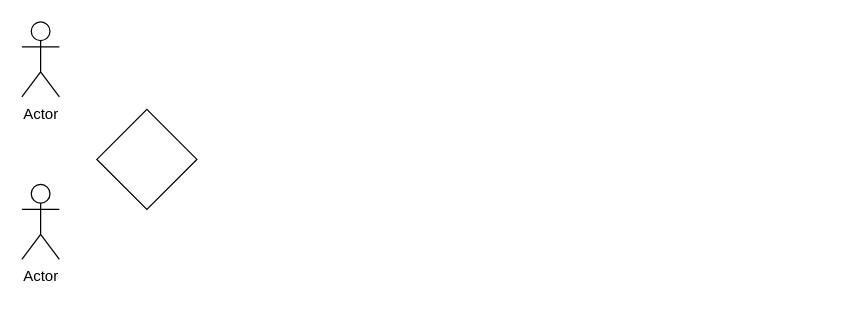
llauna/fincas keeps this draw.io diagram as Menu_Fincas.drawio. Above is the earlier version. Source tidied: cells renumbered, new cells numbered last; positions are measured from the earlier drawing's top-left corner, leaving out a move shared by most shapes. Both pictures are drawn from the tidied source at 125%, with x=0, y=0 at pixel (21, 21).
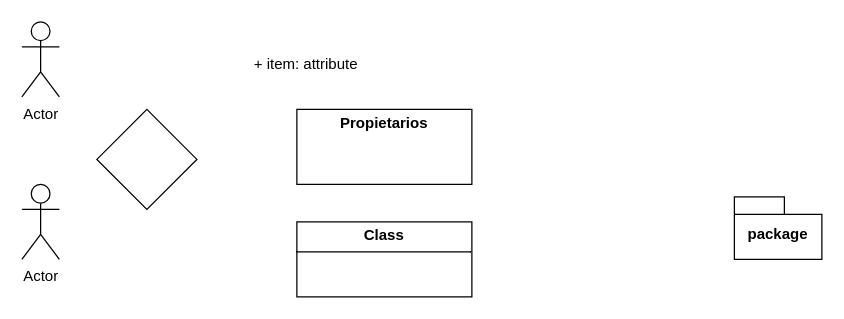
The same page after the edit.

The edit, as a diff of the source:
```diff
@@
 <mxGraphModel>
   <root>
     <mxCell id="0" />
     <mxCell id="1" parent="0" />
     <mxCell id="2" value="Actor" style="shape=umlActor;verticalLabelPosition=bottom;verticalAlign=top;html=1;" parent="1" vertex="1">
       <mxGeometry width="30" height="60" as="geometry" />
     </mxCell>
     <mxCell id="3" value="Actor" style="shape=umlActor;verticalLabelPosition=bottom;verticalAlign=top;html=1;" parent="1" vertex="1">
       <mxGeometry y="130" width="30" height="60" as="geometry" />
     </mxCell>
     <mxCell id="4" style="rhombus;whiteSpace=wrap;html=1;" parent="1" vertex="1">
       <mxGeometry x="60" y="70" width="80" height="80" as="geometry" />
     </mxCell>
+    <mxCell id="5" value="+ item: attribute" style="text;strokeColor=none;fillColor=none;align=left;verticalAlign=top;spacingLeft=4;spacingRight=4;overflow=hidden;whiteSpace=wrap;html=1;" parent="1" vertex="1">
+      <mxGeometry x="180" y="20" width="100" height="26" as="geometry" />
+    </mxCell>
+    <mxCell id="6" value="package" style="shape=folder;fontStyle=1;spacingTop=10;tabWidth=40;tabHeight=14;tabPosition=left;html=1;whiteSpace=wrap;" parent="1" vertex="1">
+      <mxGeometry x="570" y="140" width="70" height="50" as="geometry" />
+    </mxCell>
+    <mxCell id="7" value="&lt;p style=&quot;margin:0px;margin-top:4px;text-align:center;&quot;&gt;&lt;b&gt;Propietarios&lt;/b&gt;&lt;/p&gt;" style="verticalAlign=top;align=left;overflow=fill;html=1;whiteSpace=wrap;" parent="1" vertex="1">
+      <mxGeometry x="220" y="70" width="140" height="60" as="geometry" />
+    </mxCell>
+    <mxCell id="8" value="&lt;p style=&quot;margin:0px;margin-top:4px;text-align:center;&quot;&gt;&lt;b&gt;Class&lt;/b&gt;&lt;/p&gt;&lt;hr size=&quot;1&quot; style=&quot;border-style:solid;&quot;/&gt;&lt;div style=&quot;height:2px;&quot;&gt;&lt;/div&gt;" style="verticalAlign=top;align=left;overflow=fill;html=1;whiteSpace=wrap;" parent="1" vertex="1">
+      <mxGeometry x="220" y="160" width="140" height="60" as="geometry" />
+    </mxCell>
   </root>
 </mxGraphModel>
```
